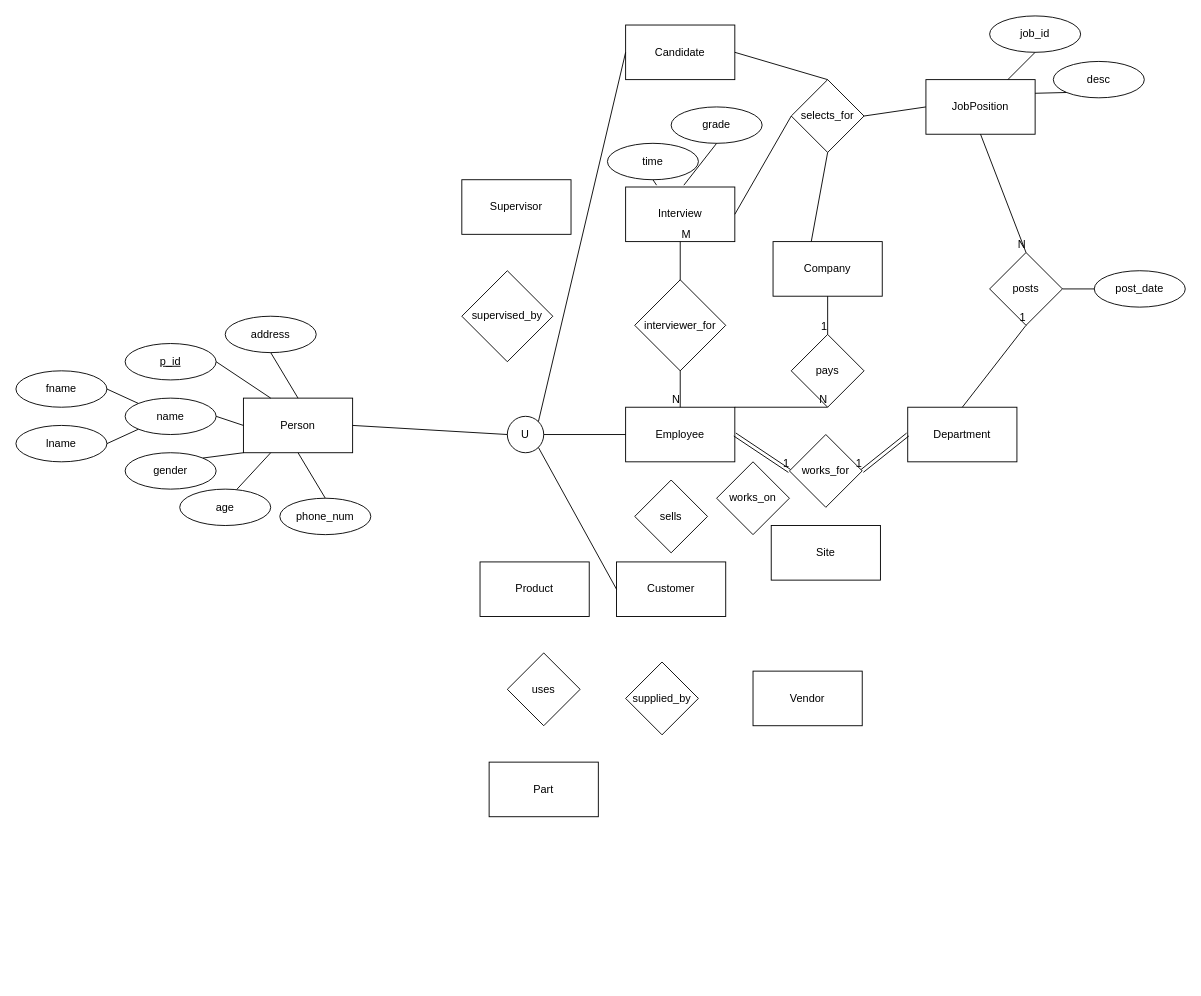
Before: EER Diagram.drawio.xml in yams-yams/SQLProject, a draw.io diagram. Source tidied: cells renumbered, new cells numbered last; positions are measured from the earlier drawing's top-left corner, leaving out a move shared by most shapes. Both pictures are drawn from the tidied source at 91%, with x=0, y=0 at pixel (15, 15).
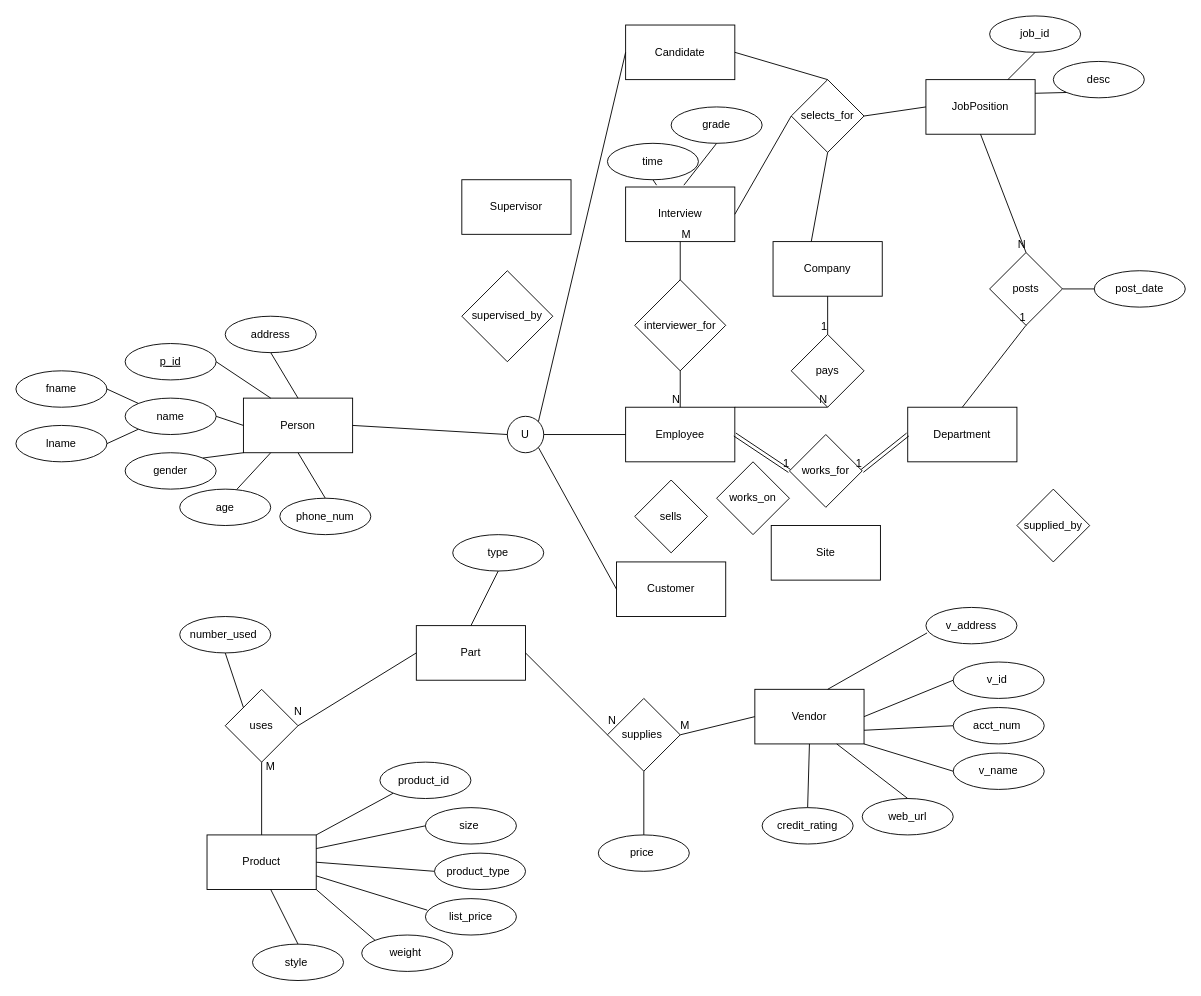
After the change.

What changed in the source:
```diff
@@
     <mxCell id="11" value="Product" style="rounded=0;whiteSpace=wrap;html=1;" parent="1" vertex="1">
-      <mxGeometry x="510" y="600" width="120" height="60" as="geometry" />
+      <mxGeometry x="210" y="900" width="120" height="60" as="geometry" />
     </mxCell>
     <mxCell id="12" value="Vendor" style="rounded=0;whiteSpace=wrap;html=1;" parent="1" vertex="1">
-      <mxGeometry x="810" y="720" width="120" height="60" as="geometry" />
+      <mxGeometry x="812" y="740" width="120" height="60" as="geometry" />
     </mxCell>
     <mxCell id="13" value="Part" style="rounded=0;whiteSpace=wrap;html=1;" parent="1" vertex="1">
-      <mxGeometry x="520" y="820" width="120" height="60" as="geometry" />
+      <mxGeometry x="440" y="670" width="120" height="60" as="geometry" />
     </mxCell>
@@
     <mxCell id="22" value="&lt;div&gt;supplied_by&lt;/div&gt;" style="rhombus;whiteSpace=wrap;html=1;" parent="1" vertex="1">
-      <mxGeometry x="670" y="710" width="80" height="80" as="geometry" />
+      <mxGeometry x="1100" y="520" width="80" height="80" as="geometry" />
     </mxCell>
     <mxCell id="23" value="uses" style="rhombus;whiteSpace=wrap;html=1;" parent="1" vertex="1">
-      <mxGeometry x="540" y="700" width="80" height="80" as="geometry" />
+      <mxGeometry x="230" y="740" width="80" height="80" as="geometry" />
     </mxCell>
@@
+    <mxCell id="75" style="endArrow=none;html=1;rounded=0;entryX=1;entryY=0.5;entryDx=0;entryDy=0;exitX=0;exitY=0.5;exitDx=0;exitDy=0;" parent="1" edge="1" source="77" target="12">
+      <mxGeometry relative="1" as="geometry" />
+    </mxCell>
+    <mxCell id="76" style="endArrow=none;html=1;rounded=0;exitX=1;exitY=0.75;exitDx=0;exitDy=0;entryX=0;entryY=0.5;entryDx=0;entryDy=0;" parent="1" edge="1" source="12" target="78">
+      <mxGeometry relative="1" as="geometry" />
+    </mxCell>
+    <mxCell id="77" value="v_id&amp;nbsp;" style="ellipse;whiteSpace=wrap;html=1;rotation=0;" parent="1" vertex="1">
+      <mxGeometry x="1030" y="710" width="100" height="40" as="geometry" />
+    </mxCell>
+    <mxCell id="78" value="acct_num&amp;nbsp;" style="ellipse;whiteSpace=wrap;html=1;rotation=0;" parent="1" vertex="1">
+      <mxGeometry x="1030" y="760" width="100" height="40" as="geometry" />
+    </mxCell>
+    <mxCell id="79" value="v_name" style="ellipse;whiteSpace=wrap;html=1;rotation=0;" parent="1" vertex="1">
+      <mxGeometry x="1030" y="810" width="100" height="40" as="geometry" />
+    </mxCell>
+    <mxCell id="80" style="endArrow=none;html=1;rounded=0;entryX=1;entryY=1;entryDx=0;entryDy=0;exitX=0;exitY=0.5;exitDx=0;exitDy=0;" parent="1" edge="1" source="79" target="12">
+      <mxGeometry relative="1" as="geometry" />
+    </mxCell>
+    <mxCell id="81" style="endArrow=none;html=1;rounded=0;entryX=0.667;entryY=0;entryDx=0;entryDy=0;entryPerimeter=0;exitX=0.013;exitY=0.7;exitDx=0;exitDy=0;exitPerimeter=0;" parent="1" edge="1" source="82" target="12">
+      <mxGeometry relative="1" as="geometry" />
+    </mxCell>
+    <mxCell id="82" value="v_address" style="ellipse;whiteSpace=wrap;html=1;rotation=0;" parent="1" vertex="1">
+      <mxGeometry x="1000" y="650" width="100" height="40" as="geometry" />
+    </mxCell>
+    <mxCell id="83" style="endArrow=none;html=1;rounded=0;entryX=0.5;entryY=1;entryDx=0;entryDy=0;exitX=0.5;exitY=0;exitDx=0;exitDy=0;" parent="1" edge="1" source="84" target="12">
+      <mxGeometry relative="1" as="geometry" />
+    </mxCell>
+    <mxCell id="84" value="credit_rating" style="ellipse;whiteSpace=wrap;html=1;rotation=0;" parent="1" vertex="1">
+      <mxGeometry x="820" y="870" width="100" height="40" as="geometry" />
+    </mxCell>
+    <mxCell id="85" value="web_url" style="ellipse;whiteSpace=wrap;html=1;rotation=0;" parent="1" vertex="1">
+      <mxGeometry x="930" y="860" width="100" height="40" as="geometry" />
+    </mxCell>
+    <mxCell id="86" style="endArrow=none;html=1;rounded=0;entryX=0.75;entryY=1;entryDx=0;entryDy=0;exitX=0.5;exitY=0;exitDx=0;exitDy=0;" parent="1" edge="1" source="85" target="12">
+      <mxGeometry relative="1" as="geometry" />
+    </mxCell>
+    <mxCell id="87" value="supplies&amp;nbsp;" style="rhombus;whiteSpace=wrap;html=1;rotation=0;direction=south;" parent="1" vertex="1">
+      <mxGeometry x="650" y="750" width="80" height="80" as="geometry" />
+    </mxCell>
+    <mxCell id="88" style="endArrow=none;html=1;rounded=0;entryX=1;entryY=0.5;entryDx=0;entryDy=0;" parent="1" edge="1" source="89" target="87">
+      <mxGeometry relative="1" as="geometry" />
+    </mxCell>
+    <mxCell id="89" value="price&amp;nbsp;" style="ellipse;whiteSpace=wrap;html=1;rotation=0;" parent="1" vertex="1">
+      <mxGeometry x="640" y="900" width="100" height="40" as="geometry" />
+    </mxCell>
+    <mxCell id="90" style="endArrow=none;html=1;rounded=0;entryX=0;entryY=0.5;entryDx=0;entryDy=0;exitX=0.5;exitY=0;exitDx=0;exitDy=0;" parent="1" edge="1" source="87" target="12">
+      <mxGeometry relative="1" as="geometry" />
+    </mxCell>
+    <mxCell id="91" style="endArrow=none;html=1;rounded=0;exitX=1;exitY=0.5;exitDx=0;exitDy=0;entryX=0.5;entryY=1;entryDx=0;entryDy=0;" parent="1" edge="1" source="13" target="87">
+      <mxGeometry relative="1" as="geometry" />
+    </mxCell>
+    <mxCell id="92" value="N" style="text;html=1;align=center;verticalAlign=middle;strokeColor=none;fillColor=none;" parent="1" vertex="1">
+      <mxGeometry x="640" y="760" width="30" height="30" as="geometry" />
+    </mxCell>
+    <mxCell id="93" value="M" style="text;html=1;align=center;verticalAlign=middle;strokeColor=none;fillColor=none;" parent="1" vertex="1">
+      <mxGeometry x="720" y="765" width="30" height="30" as="geometry" />
+    </mxCell>
+    <mxCell id="94" value="type" style="ellipse;whiteSpace=wrap;html=1;rotation=0;" parent="1" vertex="1">
+      <mxGeometry x="480" y="570" width="100" height="40" as="geometry" />
+    </mxCell>
+    <mxCell id="95" style="endArrow=none;html=1;rounded=0;exitX=0.5;exitY=0;exitDx=0;exitDy=0;" parent="1" edge="1" source="13">
+      <mxGeometry relative="1" as="geometry">
+        <mxPoint x="530" y="610" as="targetPoint" />
+      </mxGeometry>
+    </mxCell>
+    <mxCell id="96" style="endArrow=none;html=1;rounded=0;entryX=0;entryY=0.5;entryDx=0;entryDy=0;exitX=1;exitY=0.5;exitDx=0;exitDy=0;" parent="1" edge="1" source="23" target="13">
+      <mxGeometry relative="1" as="geometry" />
+    </mxCell>
+    <mxCell id="97" style="endArrow=none;html=1;rounded=0;entryX=0.5;entryY=1;entryDx=0;entryDy=0;exitX=0.5;exitY=0;exitDx=0;exitDy=0;" parent="1" edge="1" source="11" target="23">
+      <mxGeometry relative="1" as="geometry" />
+    </mxCell>
+    <mxCell id="98" style="endArrow=none;html=1;rounded=0;exitX=0;exitY=0;exitDx=0;exitDy=0;" parent="1" edge="1" source="23">
+      <mxGeometry relative="1" as="geometry">
+        <mxPoint x="230" y="700" as="targetPoint" />
+      </mxGeometry>
+    </mxCell>
+    <mxCell id="99" value="number_used&amp;nbsp;" style="ellipse;whiteSpace=wrap;html=1;rotation=0;" parent="1" vertex="1">
+      <mxGeometry x="180" y="660" width="100" height="40" as="geometry" />
+    </mxCell>
+    <mxCell id="100" value="N" style="text;html=1;align=center;verticalAlign=middle;strokeColor=none;fillColor=none;" parent="1" vertex="1">
+      <mxGeometry x="295" y="750" width="30" height="30" as="geometry" />
+    </mxCell>
+    <mxCell id="101" value="M" style="text;html=1;strokeColor=none;fillColor=none;align=center;verticalAlign=middle;whiteSpace=wrap;rounded=0;" parent="1" vertex="1">
+      <mxGeometry x="250" y="810" width="60" height="30" as="geometry" />
+    </mxCell>
+    <mxCell id="102" value="product_id&amp;nbsp;" style="ellipse;whiteSpace=wrap;html=1;rotation=0;" parent="1" vertex="1">
+      <mxGeometry x="400" y="820" width="100" height="40" as="geometry" />
+    </mxCell>
+    <mxCell id="103" style="endArrow=none;html=1;rounded=0;exitX=1;exitY=0.25;exitDx=0;exitDy=0;entryX=0;entryY=0.5;entryDx=0;entryDy=0;" parent="1" edge="1" source="11" target="104">
+      <mxGeometry relative="1" as="geometry" />
+    </mxCell>
+    <mxCell id="104" value="size&amp;nbsp;" style="ellipse;whiteSpace=wrap;html=1;rotation=0;" parent="1" vertex="1">
+      <mxGeometry x="450" y="870" width="100" height="40" as="geometry" />
+    </mxCell>
+    <mxCell id="105" style="endArrow=none;html=1;rounded=0;exitX=1;exitY=0.5;exitDx=0;exitDy=0;entryX=0;entryY=0.5;entryDx=0;entryDy=0;" parent="1" edge="1" source="11" target="106">
+      <mxGeometry relative="1" as="geometry" />
+    </mxCell>
+    <mxCell id="106" value="product_type&amp;nbsp;" style="ellipse;whiteSpace=wrap;html=1;rotation=0;" parent="1" vertex="1">
+      <mxGeometry x="460" y="920" width="100" height="40" as="geometry" />
+    </mxCell>
+    <mxCell id="107" style="endArrow=none;html=1;rounded=0;entryX=0;entryY=1;entryDx=0;entryDy=0;exitX=1;exitY=0;exitDx=0;exitDy=0;" parent="1" edge="1" source="11" target="102">
+      <mxGeometry relative="1" as="geometry" />
+    </mxCell>
+    <mxCell id="108" style="endArrow=none;html=1;rounded=0;exitX=1;exitY=0.75;exitDx=0;exitDy=0;entryX=0.02;entryY=0.317;entryDx=0;entryDy=0;entryPerimeter=0;" parent="1" edge="1" source="11" target="109">
+      <mxGeometry relative="1" as="geometry" />
+    </mxCell>
+    <mxCell id="109" value="list_price" style="ellipse;whiteSpace=wrap;html=1;rotation=0;" parent="1" vertex="1">
+      <mxGeometry x="450" y="970" width="100" height="40" as="geometry" />
+    </mxCell>
+    <mxCell id="110" value="weight&amp;nbsp;" style="ellipse;whiteSpace=wrap;html=1;rotation=0;" parent="1" vertex="1">
+      <mxGeometry x="380" y="1010" width="100" height="40" as="geometry" />
+    </mxCell>
+    <mxCell id="111" style="endArrow=none;html=1;rounded=0;entryX=1;entryY=1;entryDx=0;entryDy=0;exitX=0;exitY=0;exitDx=0;exitDy=0;" parent="1" edge="1" source="110" target="11">
+      <mxGeometry relative="1" as="geometry" />
+    </mxCell>
+    <mxCell id="112" value="style&amp;nbsp;" style="ellipse;whiteSpace=wrap;html=1;rotation=0;" parent="1" vertex="1">
+      <mxGeometry x="260" y="1020" width="100" height="40" as="geometry" />
+    </mxCell>
+    <mxCell id="113" style="endArrow=none;html=1;rounded=0;exitX=0.5;exitY=0;exitDx=0;exitDy=0;" parent="1" edge="1" source="112">
+      <mxGeometry relative="1" as="geometry">
+        <mxPoint x="280" y="960" as="targetPoint" />
+      </mxGeometry>
+    </mxCell>
```
